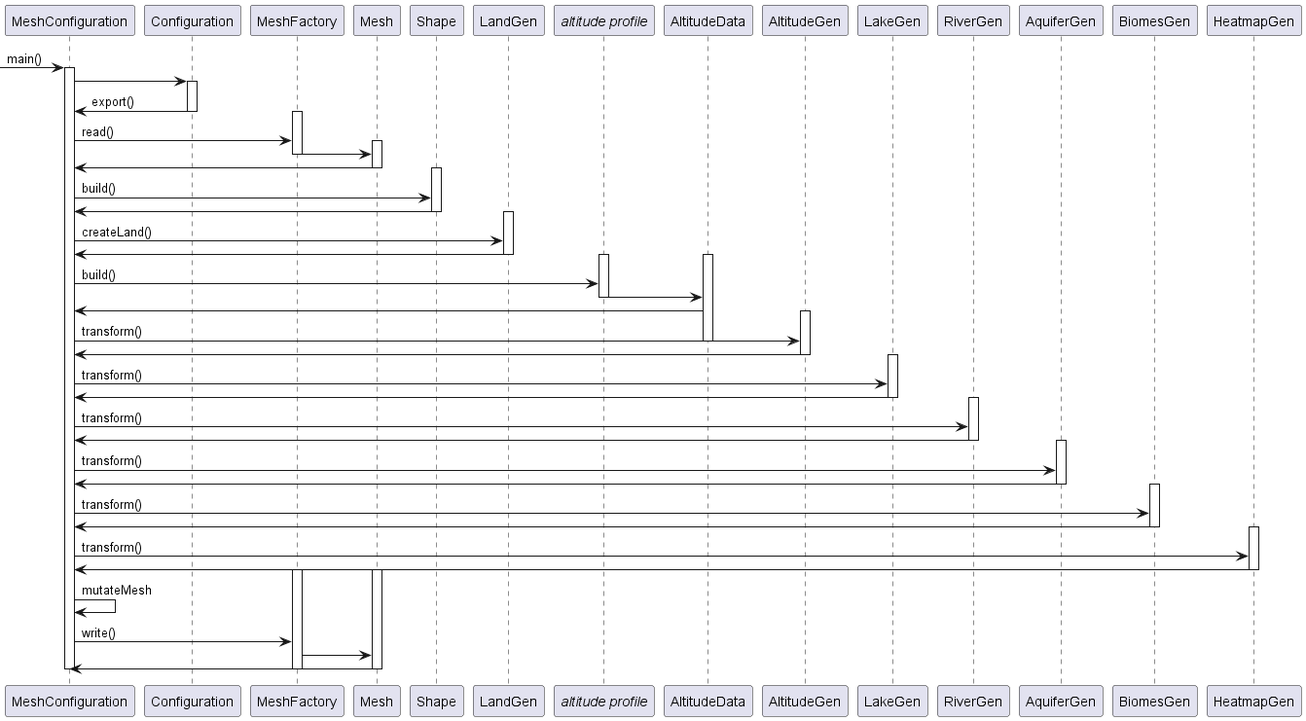
Before: diagrams/uml/islandsq.png, a diagram exported from PlantUML (AliMVirk/Island-Mesh-Generator).
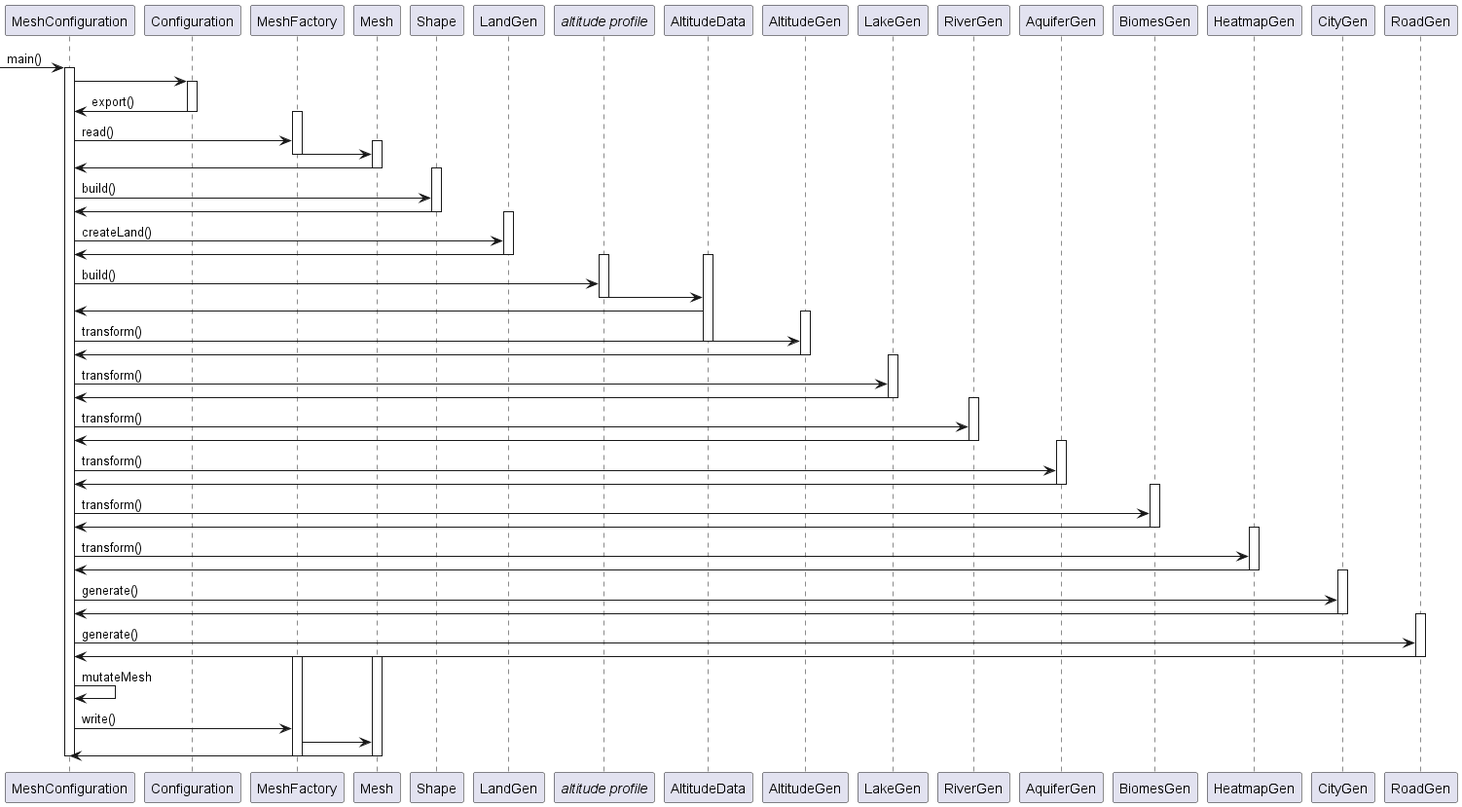
After the change.

Commit message:
Update sequence diagram

Diff of the diagram source:
```diff
@@ -62,6 +62,15 @@
 HeatmapGen -> MeshConfiguration
 deactivate HeatmapGen
 
+activate CityGen
+MeshConfiguration -> CityGen : generate()
+CityGen -> MeshConfiguration
+deactivate CityGen
+activate RoadGen
+MeshConfiguration -> RoadGen : generate()
+RoadGen -> MeshConfiguration
+deactivate RoadGen
+
 activate Mesh
 activate MeshFactory
 MeshConfiguration -> MeshConfiguration : mutateMesh
```
